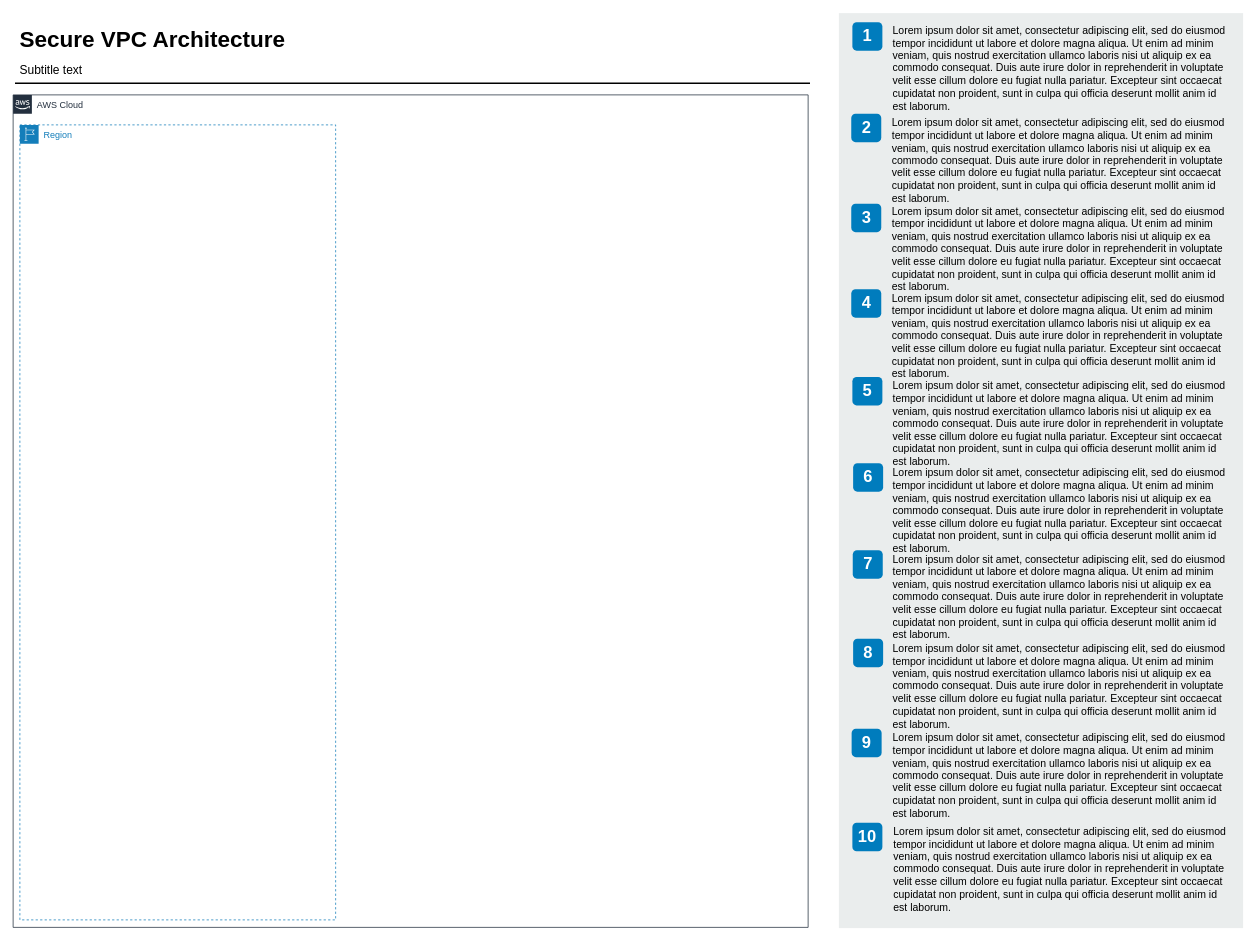
The draw.io diagram SecureVPC.drawio in smscully/Networking, before the edit. Source tidied: cells renumbered, new cells numbered last; positions are measured from the earlier drawing's top-left corner, leaving out a move shared by most shapes. Both pictures are drawn from the tidied source at 75%, with x=0, y=0 at pixel (13, 13).
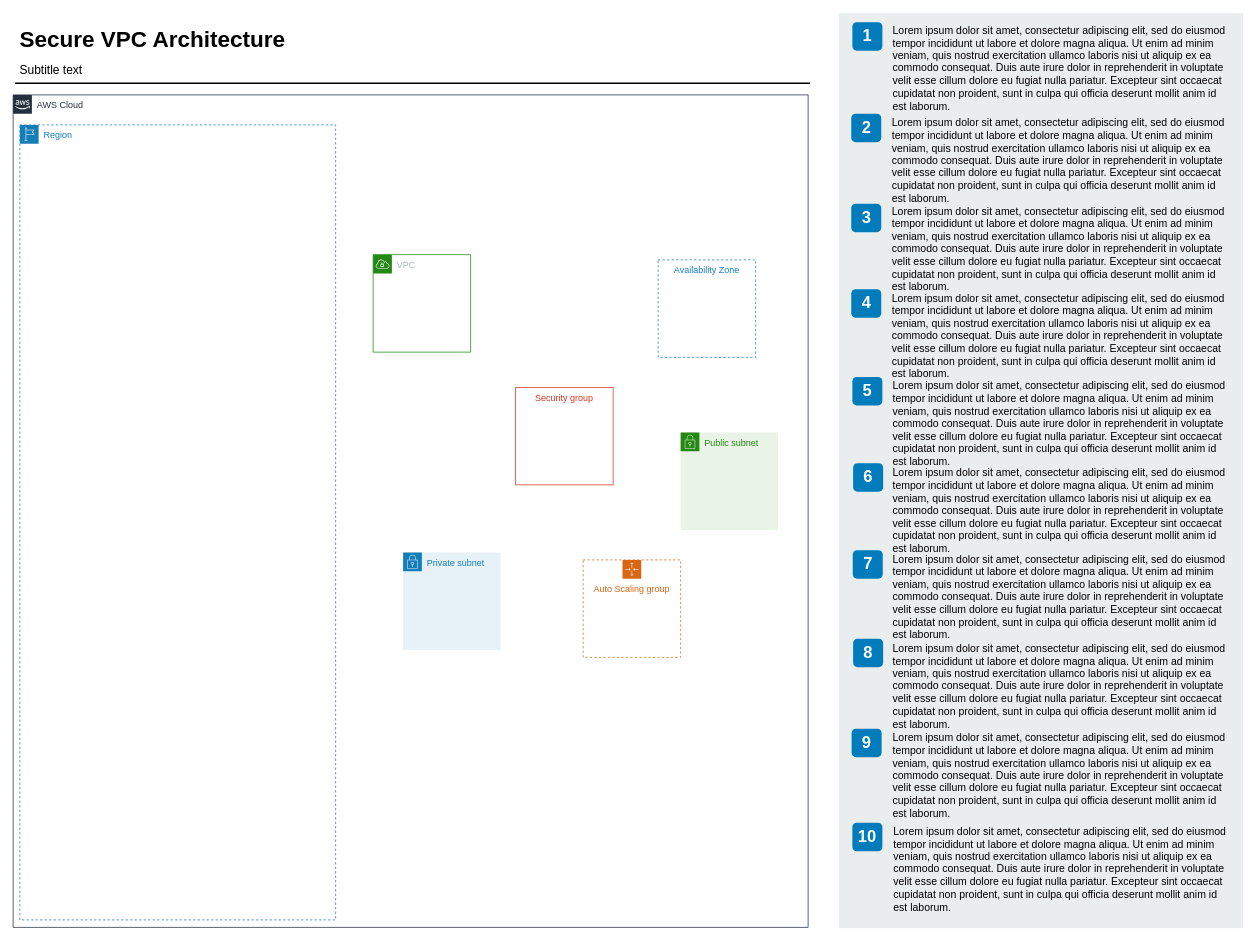
The same page after the edit.

The change refers to these unchanged cells:
```xml
<mxCell id="26" value="AWS Cloud" style="gradientColor=none;html=1;whiteSpace=wrap;fontSize=12;fontStyle=0;shape=mxgraph.aws4.group;grIcon=mxgraph.aws4.group_aws_cloud_alt;strokeColor=#232F3E;fillColor=none;verticalAlign=top;align=left;spacingLeft=30;fontColor=#232F3E;dashed=0;" parent="1" vertex="1">
  <mxGeometry y="109" width="1060" height="1110" as="geometry" />
</mxCell>
```

Diff of the diagram source:
```diff
@@
+    <mxCell id="28" value="VPC" style="gradientColor=none;html=1;whiteSpace=wrap;fontSize=12;fontStyle=0;shape=mxgraph.aws4.group;grIcon=mxgraph.aws4.group_vpc;strokeColor=#248814;fillColor=none;verticalAlign=top;align=left;spacingLeft=30;fontColor=#AAB7B8;dashed=0;" parent="26" vertex="1">
+      <mxGeometry x="480" y="213" width="130" height="130" as="geometry" />
+    </mxCell>
+    <mxCell id="29" value="Security group" style="fillColor=none;strokeColor=#DD3522;verticalAlign=top;fontStyle=0;fontColor=#DD3522;" parent="26" vertex="1">
+      <mxGeometry x="670" y="390" width="130" height="130" as="geometry" />
+    </mxCell>
+    <mxCell id="30" value="Auto Scaling group" style="gradientColor=none;html=1;whiteSpace=wrap;fontSize=12;fontStyle=0;shape=mxgraph.aws4.groupCenter;grIcon=mxgraph.aws4.group_auto_scaling_group;grStroke=1;strokeColor=#D86613;fillColor=none;verticalAlign=top;align=center;fontColor=#D86613;dashed=1;spacingTop=25;" parent="26" vertex="1">
+      <mxGeometry x="760" y="620" width="130" height="130" as="geometry" />
+    </mxCell>
+    <mxCell id="31" value="Private subnet" style="gradientColor=none;html=1;whiteSpace=wrap;fontSize=12;fontStyle=0;shape=mxgraph.aws4.group;grIcon=mxgraph.aws4.group_security_group;grStroke=0;strokeColor=#147EBA;fillColor=#E6F2F8;verticalAlign=top;align=left;spacingLeft=30;fontColor=#147EBA;dashed=0;" parent="26" vertex="1">
+      <mxGeometry x="520" y="610" width="130" height="130" as="geometry" />
+    </mxCell>
+    <mxCell id="32" value="Public subnet" style="gradientColor=none;html=1;whiteSpace=wrap;fontSize=12;fontStyle=0;shape=mxgraph.aws4.group;grIcon=mxgraph.aws4.group_security_group;grStroke=0;strokeColor=#248814;fillColor=#E9F3E6;verticalAlign=top;align=left;spacingLeft=30;fontColor=#248814;dashed=0;" parent="26" vertex="1">
+      <mxGeometry x="890" y="450" width="130" height="130" as="geometry" />
+    </mxCell>
+    <mxCell id="33" value="Availability Zone" style="fillColor=none;strokeColor=#147EBA;dashed=1;verticalAlign=top;fontStyle=0;fontColor=#147EBA;" parent="26" vertex="1">
+      <mxGeometry x="860" y="220" width="130" height="130" as="geometry" />
+    </mxCell>
```
